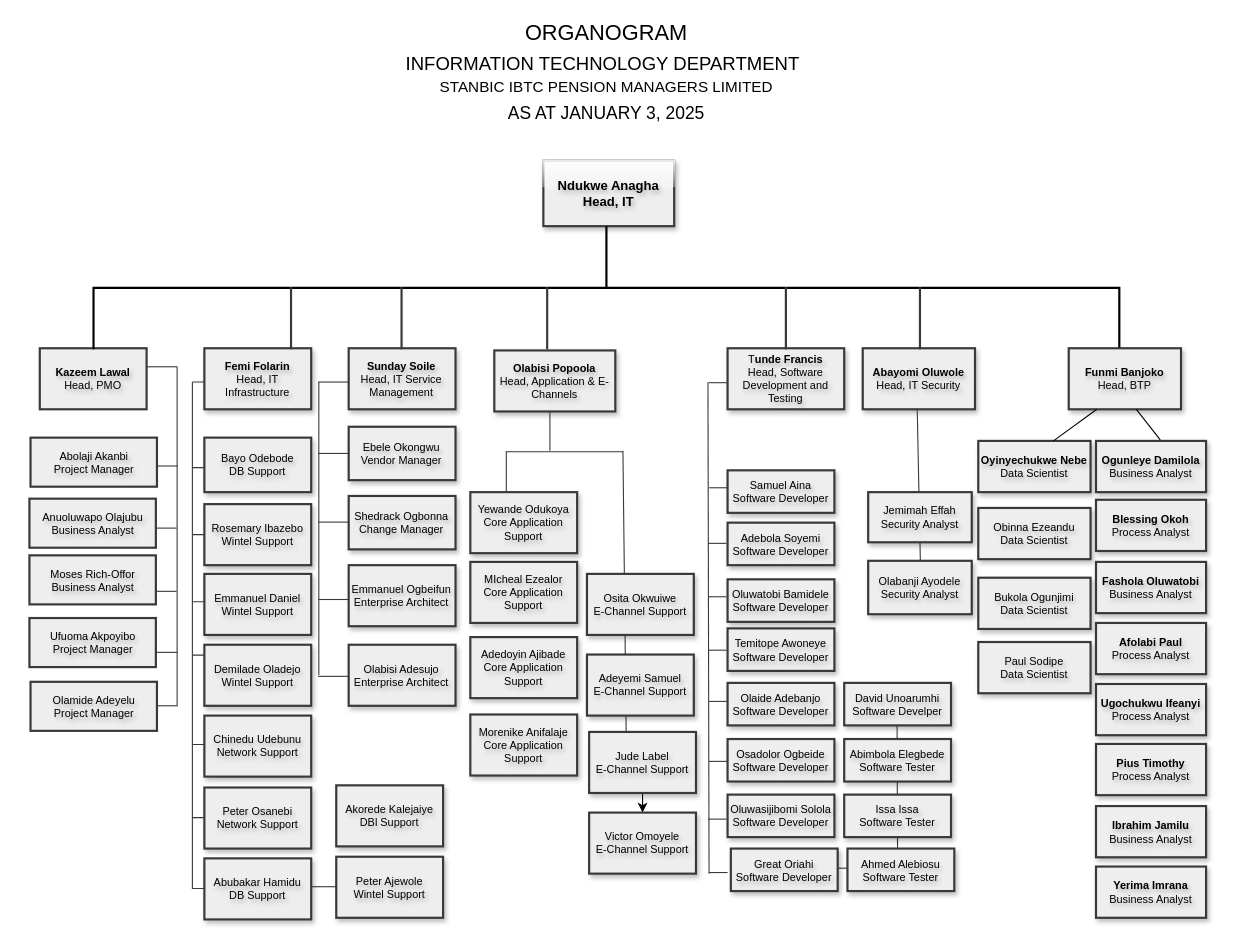
The draw.io diagram page "Copy of Page-1" (2 of 3) of organogram.drawio in Great-B/standard-arch-diagrams, before the edit. Source tidied: cells renumbered, new cells numbered last; positions are measured from the earlier drawing's top-left corner, leaving out a move shared by most shapes. Both pictures are drawn from the tidied source at 109%, with x=0, y=0 at pixel (19, -226).
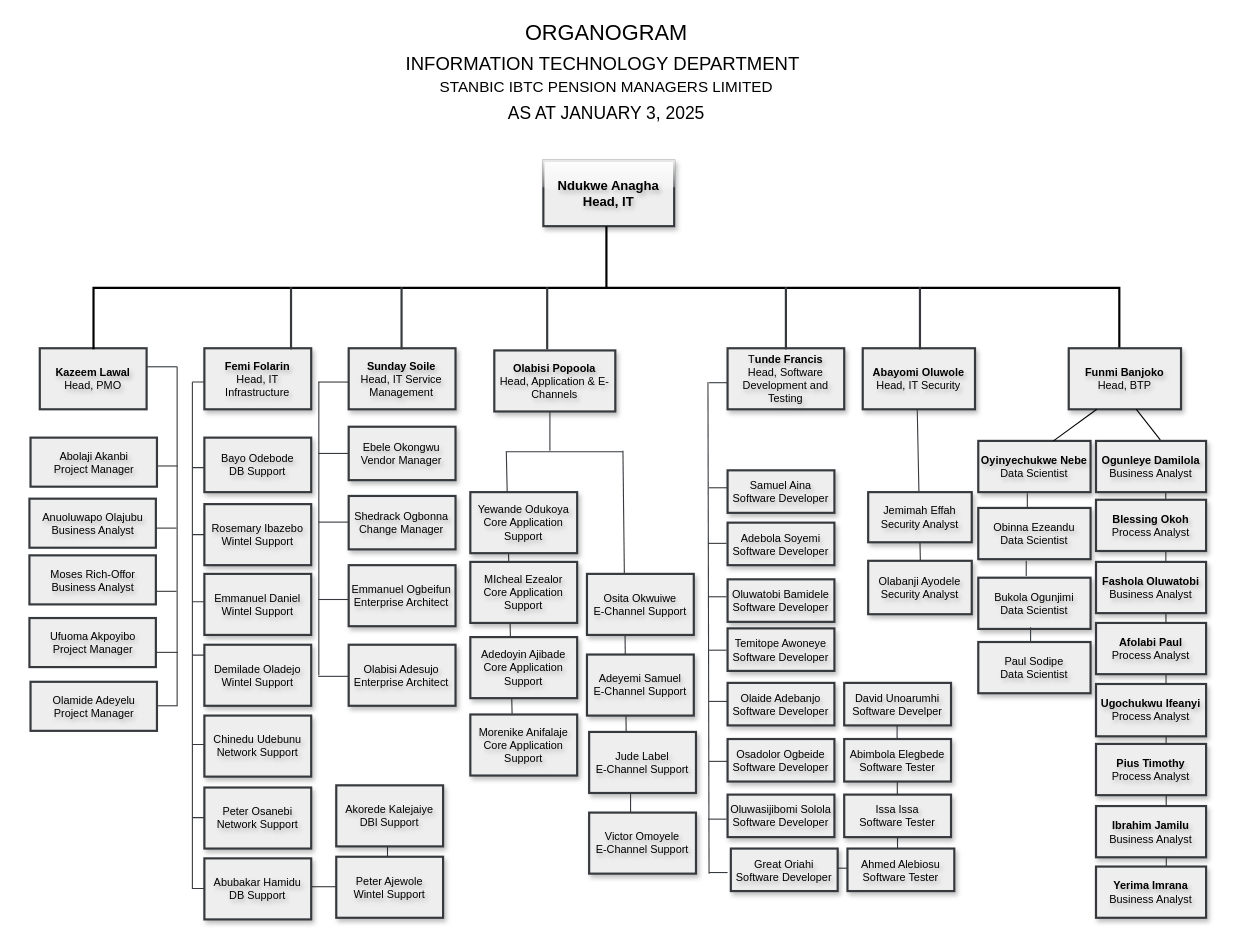
After the change.

Unchanged cells that the change refers to:
```xml
<mxCell id="66" value="&lt;span style=&quot;font-size: 10px;&quot;&gt;Jude Label&lt;br&gt;E-Channel Support&lt;/span&gt;" style="rounded=0;whiteSpace=wrap;html=1;strokeWidth=2;perimeterSpacing=0;glass=0;shadow=1;fontStyle=0;textShadow=1;fillColor=#eeeeee;strokeColor=#36393d;fontSize=10;" parent="1" vertex="1">
  <mxGeometry x="523" y="878" width="98" height="56" as="geometry" />
</mxCell>
<mxCell id="67" value="&lt;span style=&quot;font-size: 10px;&quot;&gt;Morenike Anifalaje&lt;br&gt;Core Application Support&lt;/span&gt;" style="rounded=0;whiteSpace=wrap;html=1;strokeWidth=2;perimeterSpacing=0;glass=0;shadow=1;fontStyle=0;textShadow=1;fillColor=#eeeeee;strokeColor=#36393d;fontSize=10;" parent="1" vertex="1">
  <mxGeometry x="414" y="862" width="98" height="56" as="geometry" />
</mxCell>
<mxCell id="111" value="&lt;span style=&quot;font-size: 10px;&quot;&gt;Victor Omoyele&lt;br&gt;E-Channel Support&lt;/span&gt;" style="rounded=0;whiteSpace=wrap;html=1;strokeWidth=2;perimeterSpacing=0;glass=0;shadow=1;fontStyle=0;textShadow=1;fillColor=#eeeeee;strokeColor=#36393d;fontSize=10;" parent="1" vertex="1">
  <mxGeometry x="523" y="952" width="98" height="56" as="geometry" />
</mxCell>
```

Diff of the diagram source:
```diff
@@
+    <mxCell id="46" style="endArrow=none;html=1;rounded=0;fillColor=#eeeeee;strokeColor=#36393d;fontSize=10;fontStyle=0;exitX=0.391;exitY=-0.012;exitDx=0;exitDy=0;exitPerimeter=0;" parent="1" edge="1" source="67">
+      <mxGeometry relative="1" as="geometry">
+        <mxPoint x="447" y="621" as="targetPoint" />
+      </mxGeometry>
+    </mxCell>
+    <mxCell id="112" style="endArrow=none;html=1;rounded=0;fillColor=#eeeeee;strokeColor=#36393d;fontSize=10;fontStyle=0;exitX=0.5;exitY=0;exitDx=0;exitDy=0;" parent="1" edge="1">
+      <mxGeometry relative="1" as="geometry">
+        <mxPoint x="1052.5" y="1001.5" as="sourcePoint" />
+        <mxPoint x="1052" y="656" as="targetPoint" />
+      </mxGeometry>
+    </mxCell>
+    <mxCell id="113" style="endArrow=none;html=1;rounded=0;fillColor=#eeeeee;strokeColor=#36393d;fontSize=10;fontStyle=0;" parent="1" edge="1">
+      <mxGeometry relative="1" as="geometry">
+        <mxPoint x="338" y="981" as="sourcePoint" />
+        <mxPoint x="338" y="995" as="targetPoint" />
+      </mxGeometry>
+    </mxCell>
@@
-    <mxCell id="46" style="endArrow=none;html=1;rounded=0;fillColor=#eeeeee;strokeColor=#36393d;fontSize=10;fontStyle=0;" parent="1" edge="1">
-      <mxGeometry relative="1" as="geometry">
-        <mxPoint x="447" y="657" as="sourcePoint" />
-        <mxPoint x="447" y="621" as="targetPoint" />
-      </mxGeometry>
-    </mxCell>
@@
-    <mxCell id="65" style="edgeStyle=orthogonalEdgeStyle;rounded=0;jettySize=auto;html=1;" parent="1" edge="1" source="66" target="111">
-      <mxGeometry relative="1" as="geometry" />
-    </mxCell>
@@
     <mxCell id="100" value="&lt;span style=&quot;font-size: 10px;&quot;&gt;&lt;b&gt;Ugochukwu Ifeanyi&lt;br&gt;&lt;/b&gt;Process Analyst&lt;/span&gt;" style="rounded=0;whiteSpace=wrap;html=1;strokeWidth=2;perimeterSpacing=0;glass=0;shadow=1;fontStyle=0;textShadow=1;fillColor=#eeeeee;strokeColor=#36393d;fontSize=10;" parent="1" vertex="1">
-      <mxGeometry x="988" y="834" width="101" height="47" as="geometry" />
+      <mxGeometry x="988" y="834" width="101" height="48" as="geometry" />
     </mxCell>
@@
+    <mxCell id="114" style="endArrow=none;html=1;rounded=0;fillColor=#eeeeee;strokeColor=#36393d;fontSize=10;fontStyle=0;" parent="1" edge="1">
+      <mxGeometry relative="1" as="geometry">
+        <mxPoint x="924" y="721" as="sourcePoint" />
+        <mxPoint x="924" y="735" as="targetPoint" />
+      </mxGeometry>
+    </mxCell>
+    <mxCell id="115" style="endArrow=none;html=1;rounded=0;fillColor=#eeeeee;strokeColor=#36393d;fontSize=10;fontStyle=0;" parent="1" edge="1">
+      <mxGeometry relative="1" as="geometry">
+        <mxPoint x="561" y="935" as="sourcePoint" />
+        <mxPoint x="561" y="952" as="targetPoint" />
+      </mxGeometry>
+    </mxCell>
+    <mxCell id="116" style="endArrow=none;html=1;rounded=0;fillColor=#eeeeee;strokeColor=#36393d;fontSize=10;fontStyle=0;" parent="1" edge="1">
+      <mxGeometry relative="1" as="geometry">
+        <mxPoint x="925" y="659" as="sourcePoint" />
+        <mxPoint x="925" y="673" as="targetPoint" />
+      </mxGeometry>
+    </mxCell>
+    <mxCell id="117" style="endArrow=none;html=1;rounded=0;fillColor=#eeeeee;strokeColor=#36393d;fontSize=10;fontStyle=0;" parent="1" edge="1">
+      <mxGeometry relative="1" as="geometry">
+        <mxPoint x="928" y="782" as="sourcePoint" />
+        <mxPoint x="928" y="796" as="targetPoint" />
+      </mxGeometry>
+    </mxCell>
```
